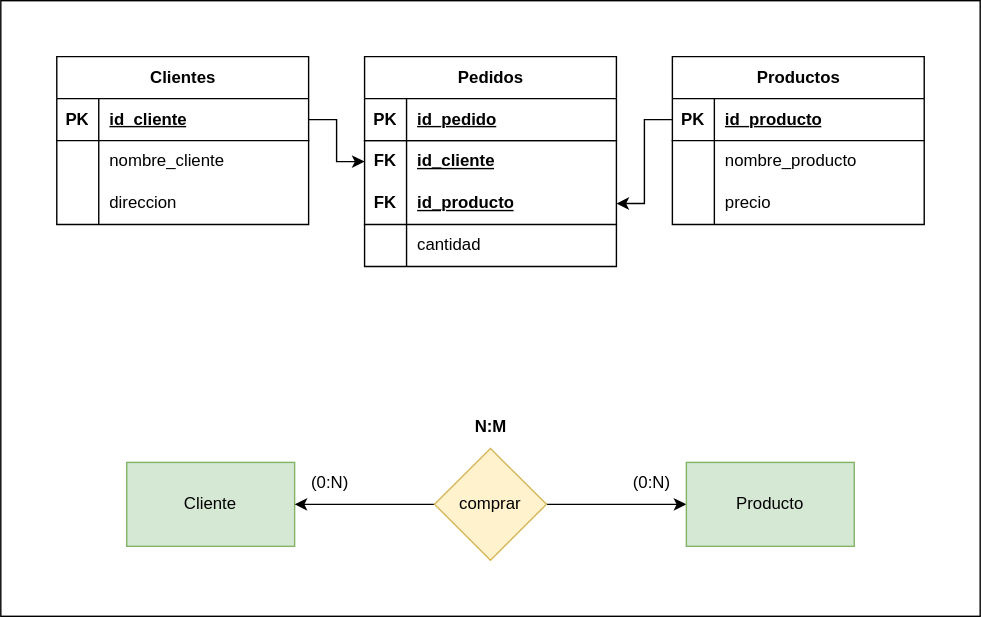
Before: DAW/BAE/Unidad-2/Tarea-6/Assets/Diagrams/Exported/pedidos_de_clientes.drawio.svg, a diagram exported from draw.io (FJrodafo/University). Source tidied: cells renumbered, new cells last; positions are measured from the earlier drawing's top-left corner, leaving out a move shared by most shapes.
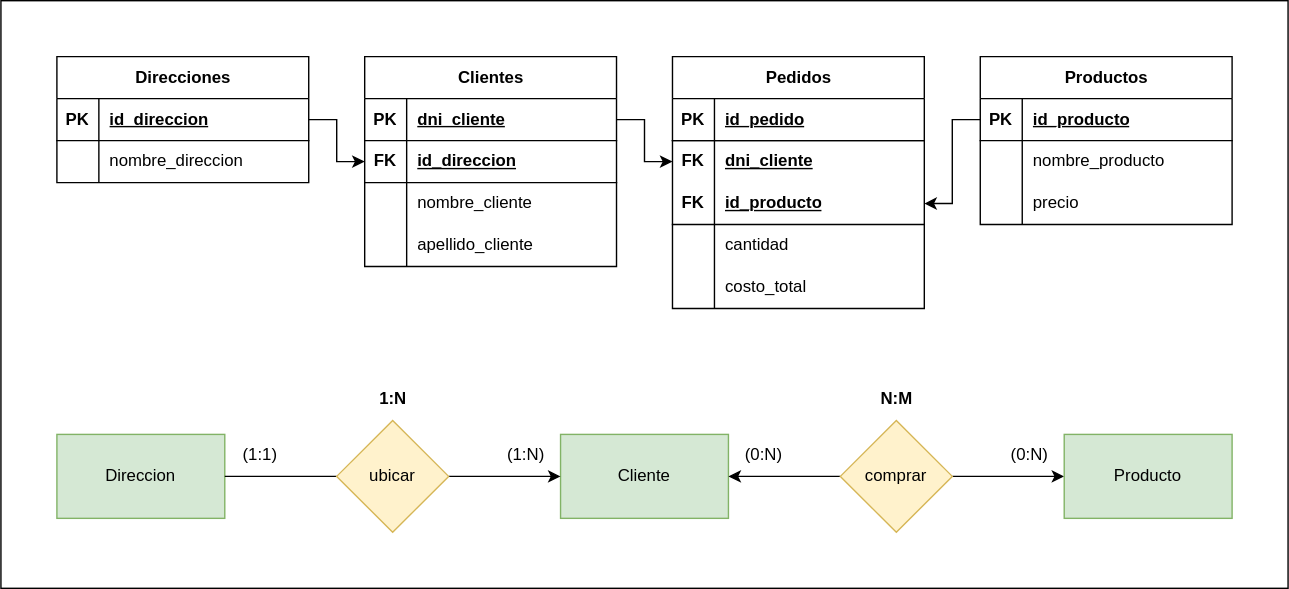
The same diagram one commit later.

The edit, as a diff of the source:
```diff
@@ -2,38 +2,38 @@
   <root>
     <mxCell id="0" />
     <mxCell id="1" parent="0" />
-    <mxCell id="2" style="group;" parent="1" vertex="1">
-      <mxGeometry width="700" height="440" as="geometry" />
-    </mxCell>
-    <mxCell id="3" style="rounded=0;whiteSpace=wrap;html=1;" parent="2" vertex="1">
-      <mxGeometry width="700" height="440" as="geometry" />
-    </mxCell>
+    <mxCell id="47" style="group;" parent="1" vertex="1">
+      <mxGeometry width="920" height="420" as="geometry" />
+    </mxCell>
+    <mxCell id="48" style="rounded=0;whiteSpace=wrap;html=1;" parent="47" vertex="1">
+      <mxGeometry width="920" height="420" as="geometry" />
+    </mxCell>
-    <mxCell id="4" value="Cliente" style="rounded=0;whiteSpace=wrap;html=1;fillColor=#d5e8d4;strokeColor=#82b366;" parent="2" vertex="1">
-      <mxGeometry x="90" y="330" width="120" height="60" as="geometry" />
+    <mxCell id="4" value="Cliente" style="rounded=0;whiteSpace=wrap;html=1;fillColor=#d5e8d4;strokeColor=#82b366;" parent="47" vertex="1">
+      <mxGeometry x="400" y="310" width="120" height="60" as="geometry" />
     </mxCell>
-    <mxCell id="5" style="edgeStyle=orthogonalEdgeStyle;rounded=0;jettySize=auto;html=1;exitX=1;exitY=0.5;exitDx=0;exitDy=0;entryX=0;entryY=0.5;entryDx=0;entryDy=0;" parent="2" edge="1" source="7" target="8">
+    <mxCell id="5" style="edgeStyle=orthogonalEdgeStyle;rounded=0;jettySize=auto;html=1;exitX=1;exitY=0.5;exitDx=0;exitDy=0;entryX=0;entryY=0.5;entryDx=0;entryDy=0;" parent="47" edge="1" source="7" target="8">
       <mxGeometry relative="1" as="geometry" />
     </mxCell>
-    <mxCell id="6" style="edgeStyle=orthogonalEdgeStyle;rounded=0;jettySize=auto;html=1;exitX=0;exitY=0.5;exitDx=0;exitDy=0;entryX=1;entryY=0.5;entryDx=0;entryDy=0;" parent="2" edge="1" source="7" target="4">
+    <mxCell id="6" style="edgeStyle=orthogonalEdgeStyle;rounded=0;jettySize=auto;html=1;exitX=0;exitY=0.5;exitDx=0;exitDy=0;entryX=1;entryY=0.5;entryDx=0;entryDy=0;" parent="47" edge="1" source="7" target="4">
       <mxGeometry relative="1" as="geometry" />
     </mxCell>
-    <mxCell id="7" value="comprar" style="rhombus;whiteSpace=wrap;html=1;fillColor=#fff2cc;strokeColor=#d6b656;" parent="2" vertex="1">
-      <mxGeometry x="310" y="320" width="80" height="80" as="geometry" />
+    <mxCell id="7" value="comprar" style="rhombus;whiteSpace=wrap;html=1;fillColor=#fff2cc;strokeColor=#d6b656;" parent="47" vertex="1">
+      <mxGeometry x="600" y="300" width="80" height="80" as="geometry" />
     </mxCell>
-    <mxCell id="8" value="Producto" style="rounded=0;whiteSpace=wrap;html=1;fillColor=#d5e8d4;strokeColor=#82b366;" parent="2" vertex="1">
-      <mxGeometry x="490" y="330" width="120" height="60" as="geometry" />
+    <mxCell id="8" value="Producto" style="rounded=0;whiteSpace=wrap;html=1;fillColor=#d5e8d4;strokeColor=#82b366;" parent="47" vertex="1">
+      <mxGeometry x="760" y="310" width="120" height="60" as="geometry" />
     </mxCell>
-    <mxCell id="9" value="(0:N)" style="text;html=1;align=center;verticalAlign=middle;strokeColor=none;fillColor=none;" parent="2" vertex="1">
-      <mxGeometry x="440" y="330" width="50" height="30" as="geometry" />
+    <mxCell id="9" value="(0:N)" style="text;html=1;align=center;verticalAlign=middle;strokeColor=none;fillColor=none;" parent="47" vertex="1">
+      <mxGeometry x="710" y="310" width="50" height="30" as="geometry" />
     </mxCell>
-    <mxCell id="10" value="(0:N)" style="text;html=1;align=center;verticalAlign=middle;strokeColor=none;fillColor=none;" parent="2" vertex="1">
-      <mxGeometry x="210" y="330" width="50" height="30" as="geometry" />
+    <mxCell id="10" value="(0:N)" style="text;html=1;align=center;verticalAlign=middle;strokeColor=none;fillColor=none;" parent="47" vertex="1">
+      <mxGeometry x="520" y="310" width="50" height="30" as="geometry" />
     </mxCell>
-    <mxCell id="11" value="N:M" style="text;html=1;align=center;verticalAlign=middle;strokeColor=none;fillColor=none;fontStyle=1;" parent="2" vertex="1">
-      <mxGeometry x="325" y="290" width="50" height="30" as="geometry" />
+    <mxCell id="11" value="N:M" style="text;html=1;align=center;verticalAlign=middle;strokeColor=none;fillColor=none;fontStyle=1;" parent="47" vertex="1">
+      <mxGeometry x="615" y="270" width="50" height="30" as="geometry" />
     </mxCell>
-    <mxCell id="12" value="Clientes" style="shape=table;startSize=30;rowLines=0;fontStyle=1;align=center;html=1;" parent="2" vertex="1">
-      <mxGeometry x="40" y="40" width="180" height="120" as="geometry" />
+    <mxCell id="12" value="Clientes" style="shape=table;startSize=30;rowLines=0;fontStyle=1;align=center;html=1;" parent="47" vertex="1">
+      <mxGeometry x="260" y="40" width="180" height="150" as="geometry" />
     </mxCell>
     <mxCell id="13" style="shape=tableRow;horizontal=0;startSize=0;swimlaneHead=0;swimlaneBody=0;fillColor=none;points=[[0,0.5],[1,0.5]];portConstraint=eastwest;top=0;left=0;right=0;bottom=1;" parent="12" vertex="1">
       <mxGeometry y="30" width="180" height="30" as="geometry" />
@@ -41,11 +41,20 @@
     <mxCell id="14" value="PK" style="shape=partialRectangle;fillColor=none;top=0;left=0;bottom=0;right=0;fontStyle=1;overflow=hidden;whiteSpace=wrap;html=1;" parent="13" vertex="1">
       <mxGeometry width="30" height="30" as="geometry" />
     </mxCell>
-    <mxCell id="15" value="id_cliente" style="shape=partialRectangle;fillColor=none;top=0;left=0;bottom=0;right=0;align=left;spacingLeft=6;fontStyle=5;overflow=hidden;whiteSpace=wrap;html=1;" parent="13" vertex="1">
+    <mxCell id="15" value="dni_cliente" style="shape=partialRectangle;fillColor=none;top=0;left=0;bottom=0;right=0;align=left;spacingLeft=6;fontStyle=5;overflow=hidden;whiteSpace=wrap;html=1;" parent="13" vertex="1">
       <mxGeometry x="30" width="150" height="30" as="geometry" />
     </mxCell>
+    <mxCell id="49" style="shape=tableRow;horizontal=0;startSize=0;swimlaneHead=0;swimlaneBody=0;fillColor=none;points=[[0,0.5],[1,0.5]];portConstraint=eastwest;top=0;left=0;right=0;bottom=1;" parent="12" vertex="1">
+      <mxGeometry y="60" width="180" height="30" as="geometry" />
+    </mxCell>
+    <mxCell id="50" value="FK" style="shape=partialRectangle;fillColor=none;top=0;left=0;bottom=0;right=0;fontStyle=1;overflow=hidden;whiteSpace=wrap;html=1;" parent="49" vertex="1">
+      <mxGeometry width="30" height="30" as="geometry" />
+    </mxCell>
+    <mxCell id="51" value="id_direccion" style="shape=partialRectangle;fillColor=none;top=0;left=0;bottom=0;right=0;align=left;spacingLeft=6;fontStyle=5;overflow=hidden;whiteSpace=wrap;html=1;" parent="49" vertex="1">
+      <mxGeometry x="30" width="150" height="30" as="geometry" />
+    </mxCell>
     <mxCell id="16" style="shape=tableRow;horizontal=0;startSize=0;swimlaneHead=0;swimlaneBody=0;fillColor=none;top=0;left=0;right=0;bottom=0;" parent="12" vertex="1">
-      <mxGeometry y="60" width="180" height="30" as="geometry" />
+      <mxGeometry y="90" width="180" height="30" as="geometry" />
     </mxCell>
     <mxCell id="17" style="shape=partialRectangle;fillColor=none;top=0;left=0;bottom=0;right=0;overflow=hidden;whiteSpace=wrap;html=1;" parent="16" vertex="1">
       <mxGeometry width="30" height="30" as="geometry" />
@@ -53,17 +62,17 @@
     <mxCell id="18" value="nombre_cliente" style="shape=partialRectangle;fillColor=none;top=0;left=0;bottom=0;right=0;align=left;spacingLeft=6;overflow=hidden;whiteSpace=wrap;html=1;" parent="16" vertex="1">
       <mxGeometry x="30" width="150" height="30" as="geometry" />
     </mxCell>
-    <mxCell id="19" style="shape=tableRow;horizontal=0;startSize=0;swimlaneHead=0;swimlaneBody=0;fillColor=none;top=0;left=0;right=0;bottom=0;" parent="12" vertex="1">
-      <mxGeometry y="90" width="180" height="30" as="geometry" />
-    </mxCell>
-    <mxCell id="20" style="shape=partialRectangle;fillColor=none;top=0;left=0;bottom=0;right=0;overflow=hidden;whiteSpace=wrap;html=1;" parent="19" vertex="1">
-      <mxGeometry width="30" height="30" as="geometry" />
-    </mxCell>
-    <mxCell id="21" value="direccion" style="shape=partialRectangle;fillColor=none;top=0;left=0;bottom=0;right=0;align=left;spacingLeft=6;overflow=hidden;whiteSpace=wrap;html=1;" parent="19" vertex="1">
-      <mxGeometry x="30" width="150" height="30" as="geometry" />
-    </mxCell>
+    <mxCell id="52" style="shape=tableRow;horizontal=0;startSize=0;swimlaneHead=0;swimlaneBody=0;fillColor=none;top=0;left=0;right=0;bottom=0;" parent="12" vertex="1">
+      <mxGeometry y="120" width="180" height="30" as="geometry" />
+    </mxCell>
+    <mxCell id="53" style="shape=partialRectangle;fillColor=none;top=0;left=0;bottom=0;right=0;overflow=hidden;whiteSpace=wrap;html=1;" parent="52" vertex="1">
+      <mxGeometry width="30" height="30" as="geometry" />
+    </mxCell>
+    <mxCell id="54" value="apellido_cliente" style="shape=partialRectangle;fillColor=none;top=0;left=0;bottom=0;right=0;align=left;spacingLeft=6;overflow=hidden;whiteSpace=wrap;html=1;" parent="52" vertex="1">
+      <mxGeometry x="30" width="150" height="30" as="geometry" />
+    </mxCell>
-    <mxCell id="22" value="Productos" style="shape=table;startSize=30;rowLines=0;fontStyle=1;align=center;html=1;" parent="2" vertex="1">
-      <mxGeometry x="480" y="40" width="180" height="120" as="geometry" />
+    <mxCell id="22" value="Productos" style="shape=table;startSize=30;rowLines=0;fontStyle=1;align=center;html=1;" parent="47" vertex="1">
+      <mxGeometry x="700" y="40" width="180" height="120" as="geometry" />
     </mxCell>
     <mxCell id="23" style="shape=tableRow;horizontal=0;startSize=0;swimlaneHead=0;swimlaneBody=0;fillColor=none;points=[[0,0.5],[1,0.5]];portConstraint=eastwest;top=0;left=0;right=0;bottom=1;" parent="22" vertex="1">
       <mxGeometry y="30" width="180" height="30" as="geometry" />
@@ -92,8 +101,8 @@
     <mxCell id="31" value="precio" style="shape=partialRectangle;fillColor=none;top=0;left=0;bottom=0;right=0;align=left;spacingLeft=6;overflow=hidden;whiteSpace=wrap;html=1;" parent="29" vertex="1">
       <mxGeometry x="30" width="150" height="30" as="geometry" />
     </mxCell>
-    <mxCell id="32" value="Pedidos" style="shape=table;startSize=30;rowLines=0;fontStyle=1;align=center;html=1;" parent="2" vertex="1">
-      <mxGeometry x="260" y="40" width="180" height="150" as="geometry" />
+    <mxCell id="32" value="Pedidos" style="shape=table;startSize=30;rowLines=0;fontStyle=1;align=center;html=1;" parent="47" vertex="1">
+      <mxGeometry x="480" y="40" width="180" height="180" as="geometry" />
     </mxCell>
     <mxCell id="33" style="shape=tableRow;horizontal=0;startSize=0;swimlaneHead=0;swimlaneBody=0;fillColor=none;top=0;left=0;right=0;bottom=1;" parent="32" vertex="1">
       <mxGeometry y="30" width="180" height="30" as="geometry" />
@@ -110,7 +119,7 @@
     <mxCell id="37" value="FK" style="shape=partialRectangle;fillColor=none;top=0;left=0;bottom=0;right=0;fontStyle=1;overflow=hidden;whiteSpace=wrap;html=1;" parent="36" vertex="1">
       <mxGeometry width="30" height="30" as="geometry" />
     </mxCell>
-    <mxCell id="38" value="id_cliente" style="shape=partialRectangle;fillColor=none;top=0;left=0;bottom=0;right=0;align=left;spacingLeft=6;fontStyle=5;overflow=hidden;whiteSpace=wrap;html=1;" parent="36" vertex="1">
+    <mxCell id="38" value="dni_cliente" style="shape=partialRectangle;fillColor=none;top=0;left=0;bottom=0;right=0;align=left;spacingLeft=6;fontStyle=5;overflow=hidden;whiteSpace=wrap;html=1;" parent="36" vertex="1">
       <mxGeometry x="30" width="150" height="30" as="geometry" />
     </mxCell>
     <mxCell id="39" style="shape=tableRow;horizontal=0;startSize=0;swimlaneHead=0;swimlaneBody=0;fillColor=none;points=[[0,0.5],[1,0.5]];portConstraint=eastwest;top=0;left=0;right=0;bottom=1;" parent="32" vertex="1">
@@ -131,11 +140,65 @@
     <mxCell id="44" value="cantidad" style="shape=partialRectangle;fillColor=none;top=0;left=0;bottom=0;right=0;align=left;spacingLeft=6;overflow=hidden;whiteSpace=wrap;html=1;" parent="42" vertex="1">
       <mxGeometry x="30" width="150" height="30" as="geometry" />
     </mxCell>
+    <mxCell id="55" style="shape=tableRow;horizontal=0;startSize=0;swimlaneHead=0;swimlaneBody=0;fillColor=none;top=0;left=0;right=0;bottom=0;" parent="32" vertex="1">
+      <mxGeometry y="150" width="180" height="30" as="geometry" />
+    </mxCell>
+    <mxCell id="56" style="shape=partialRectangle;fillColor=none;top=0;left=0;bottom=0;right=0;overflow=hidden;whiteSpace=wrap;html=1;" parent="55" vertex="1">
+      <mxGeometry width="30" height="30" as="geometry" />
+    </mxCell>
+    <mxCell id="57" value="costo_total" style="shape=partialRectangle;fillColor=none;top=0;left=0;bottom=0;right=0;align=left;spacingLeft=6;overflow=hidden;whiteSpace=wrap;html=1;" parent="55" vertex="1">
+      <mxGeometry x="30" width="150" height="30" as="geometry" />
+    </mxCell>
-    <mxCell id="45" style="edgeStyle=orthogonalEdgeStyle;rounded=0;jettySize=auto;html=1;exitX=1;exitY=0.5;exitDx=0;exitDy=0;entryX=0;entryY=0.5;entryDx=0;entryDy=0;" parent="2" edge="1" source="13" target="36">
+    <mxCell id="45" style="edgeStyle=orthogonalEdgeStyle;rounded=0;jettySize=auto;html=1;exitX=1;exitY=0.5;exitDx=0;exitDy=0;entryX=0;entryY=0.5;entryDx=0;entryDy=0;" parent="47" edge="1" source="13" target="36">
       <mxGeometry relative="1" as="geometry" />
     </mxCell>
-    <mxCell id="46" style="edgeStyle=orthogonalEdgeStyle;rounded=0;jettySize=auto;html=1;exitX=0;exitY=0.5;exitDx=0;exitDy=0;entryX=1;entryY=0.5;entryDx=0;entryDy=0;" parent="2" edge="1" source="23" target="39">
+    <mxCell id="46" style="edgeStyle=orthogonalEdgeStyle;rounded=0;jettySize=auto;html=1;exitX=0;exitY=0.5;exitDx=0;exitDy=0;entryX=1;entryY=0.5;entryDx=0;entryDy=0;" parent="47" edge="1" source="23" target="39">
       <mxGeometry relative="1" as="geometry" />
     </mxCell>
+    <mxCell id="58" style="edgeStyle=orthogonalEdgeStyle;rounded=0;jettySize=auto;html=1;exitX=1;exitY=0.5;exitDx=0;exitDy=0;entryX=0;entryY=0.5;entryDx=0;entryDy=0;" parent="47" edge="1" source="59" target="49">
+      <mxGeometry relative="1" as="geometry" />
+    </mxCell>
+    <mxCell id="59" value="Direcciones" style="shape=table;startSize=30;rowLines=0;fontStyle=1;align=center;html=1;" parent="47" vertex="1">
+      <mxGeometry x="40" y="40" width="180" height="90" as="geometry" />
+    </mxCell>
+    <mxCell id="60" style="shape=tableRow;horizontal=0;startSize=0;swimlaneHead=0;swimlaneBody=0;fillColor=none;top=0;left=0;right=0;bottom=1;" parent="59" vertex="1">
+      <mxGeometry y="30" width="180" height="30" as="geometry" />
+    </mxCell>
+    <mxCell id="61" value="PK" style="shape=partialRectangle;fillColor=none;top=0;left=0;bottom=0;right=0;fontStyle=1;overflow=hidden;whiteSpace=wrap;html=1;" parent="60" vertex="1">
+      <mxGeometry width="30" height="30" as="geometry" />
+    </mxCell>
+    <mxCell id="62" value="id_direccion" style="shape=partialRectangle;fillColor=none;top=0;left=0;bottom=0;right=0;align=left;spacingLeft=6;fontStyle=5;overflow=hidden;whiteSpace=wrap;html=1;" parent="60" vertex="1">
+      <mxGeometry x="30" width="150" height="30" as="geometry" />
+    </mxCell>
+    <mxCell id="63" style="shape=tableRow;horizontal=0;startSize=0;swimlaneHead=0;swimlaneBody=0;fillColor=none;top=0;left=0;right=0;bottom=0;" parent="59" vertex="1">
+      <mxGeometry y="60" width="180" height="30" as="geometry" />
+    </mxCell>
+    <mxCell id="64" style="shape=partialRectangle;fillColor=none;top=0;left=0;bottom=0;right=0;overflow=hidden;whiteSpace=wrap;html=1;" parent="63" vertex="1">
+      <mxGeometry width="30" height="30" as="geometry" />
+    </mxCell>
+    <mxCell id="65" value="nombre_direccion" style="shape=partialRectangle;fillColor=none;top=0;left=0;bottom=0;right=0;align=left;spacingLeft=6;overflow=hidden;whiteSpace=wrap;html=1;" parent="63" vertex="1">
+      <mxGeometry x="30" width="150" height="30" as="geometry" />
+    </mxCell>
+    <mxCell id="66" value="Direccion" style="rounded=0;whiteSpace=wrap;html=1;fillColor=#d5e8d4;strokeColor=#82b366;" parent="47" vertex="1">
+      <mxGeometry x="40" y="310" width="120" height="60" as="geometry" />
+    </mxCell>
+    <mxCell id="67" style="edgeStyle=orthogonalEdgeStyle;rounded=0;jettySize=auto;html=1;exitX=1;exitY=0.5;exitDx=0;exitDy=0;entryX=0;entryY=0.5;entryDx=0;entryDy=0;" parent="47" edge="1" source="69" target="4">
+      <mxGeometry relative="1" as="geometry" />
+    </mxCell>
+    <mxCell id="68" style="edgeStyle=orthogonalEdgeStyle;rounded=0;jettySize=auto;html=1;exitX=0;exitY=0.5;exitDx=0;exitDy=0;entryX=1;entryY=0.5;entryDx=0;entryDy=0;endArrow=none;startFill=0;" parent="47" edge="1" source="69" target="66">
+      <mxGeometry relative="1" as="geometry" />
+    </mxCell>
+    <mxCell id="69" value="ubicar" style="rhombus;whiteSpace=wrap;html=1;fillColor=#fff2cc;strokeColor=#d6b656;" parent="47" vertex="1">
+      <mxGeometry x="240" y="300" width="80" height="80" as="geometry" />
+    </mxCell>
+    <mxCell id="70" value="(1:N)" style="text;html=1;align=center;verticalAlign=middle;strokeColor=none;fillColor=none;" parent="47" vertex="1">
+      <mxGeometry x="350" y="310" width="50" height="30" as="geometry" />
+    </mxCell>
+    <mxCell id="71" value="(1:1)" style="text;html=1;align=center;verticalAlign=middle;strokeColor=none;fillColor=none;" parent="47" vertex="1">
+      <mxGeometry x="160" y="310" width="50" height="30" as="geometry" />
+    </mxCell>
+    <mxCell id="72" value="1:N" style="text;html=1;align=center;verticalAlign=middle;strokeColor=none;fillColor=none;fontStyle=1;" parent="47" vertex="1">
+      <mxGeometry x="260" y="270" width="40" height="30" as="geometry" />
+    </mxCell>
   </root>
 </mxGraphModel>
```
